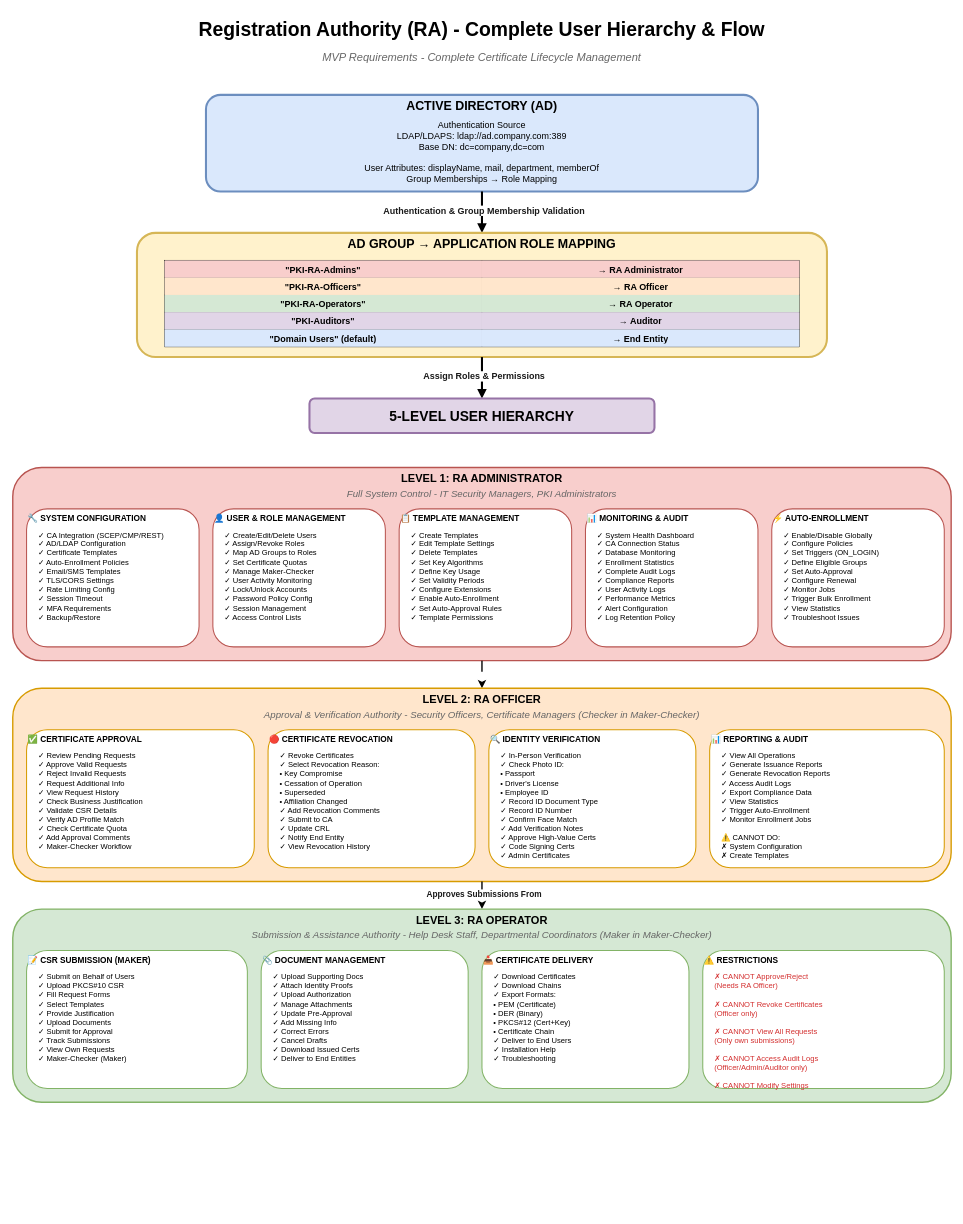
Above: page "High-Level User Hierarchy" (1 of 2) of docs/RA-DETAILED-HIERARCHY.drawio in kablu/ad-poc (draw.io), before the change. Source tidied: cells renumbered, new cells numbered last; positions are measured from the earlier drawing's top-left corner, leaving out a move shared by most shapes. Both pictures are drawn from the tidied source at 69%, with x=0, y=0 at pixel (12, 12).
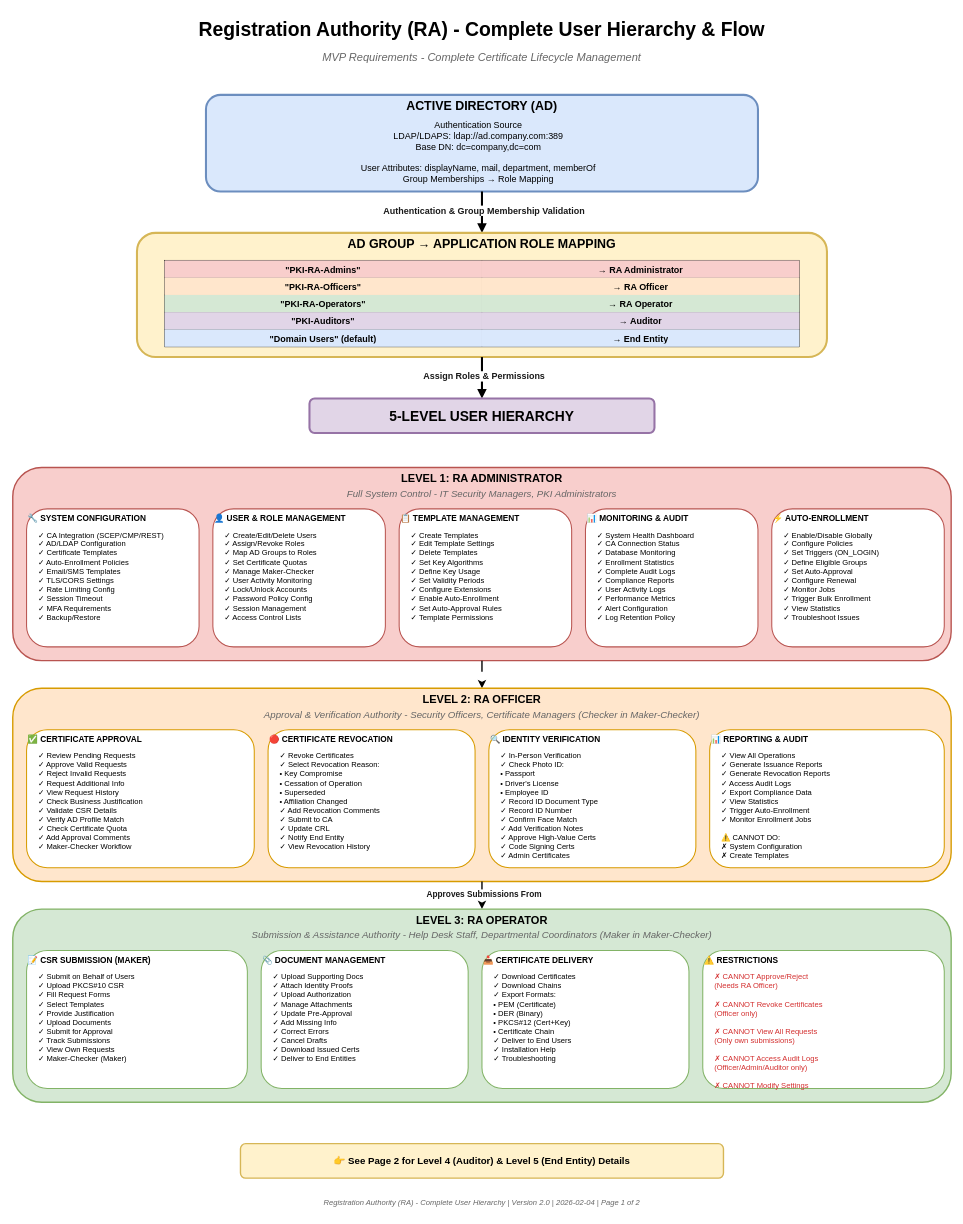
Above is the later version.

Commit message (it also covers changes not shown here):
docs: Update RA detailed hierarchy diagram to clarify all 5 levels

Diff of the diagram source:
```diff
@@
     <mxCell id="5" value="Authentication Source&#10;LDAP/LDAPS: ldap://ad.company.com:389&#10;Base DN: dc=company,dc=com&#10;&#10;User Attributes: displayName, mail, department, memberOf&#10;Group Memberships → Role Mapping" style="text;html=1;strokeColor=none;fillColor=none;align=center;verticalAlign=middle;whiteSpace=wrap;rounded=0;fontSize=13;" parent="1" vertex="1">
-      <mxGeometry x="300" y="155" width="760" height="95" as="geometry" />
+      <mxGeometry x="295" y="155" width="760" height="95" as="geometry" />
     </mxCell>
@@
+    <mxCell id="63" value="👉 See Page 2 for Level 4 (Auditor) &amp; Level 5 (End Entity) Details" style="rounded=1;whiteSpace=wrap;html=1;fillColor=#fff2cc;strokeColor=#d6b656;fontSize=14;fontStyle=1;verticalAlign=middle;strokeWidth=2;" parent="1" vertex="1">
+      <mxGeometry x="330" y="1640" width="700" height="50" as="geometry" />
+    </mxCell>
+    <mxCell id="64" value="Registration Authority (RA) - Complete User Hierarchy | Version 2.0 | 2026-02-04 | Page 1 of 2" style="text;html=1;strokeColor=none;fillColor=none;align=center;verticalAlign=middle;whiteSpace=wrap;rounded=0;fontSize=11;fontStyle=2;fontColor=#666666;" parent="1" vertex="1">
+      <mxGeometry x="80" y="1710" width="1200" height="30" as="geometry" />
+    </mxCell>
```
